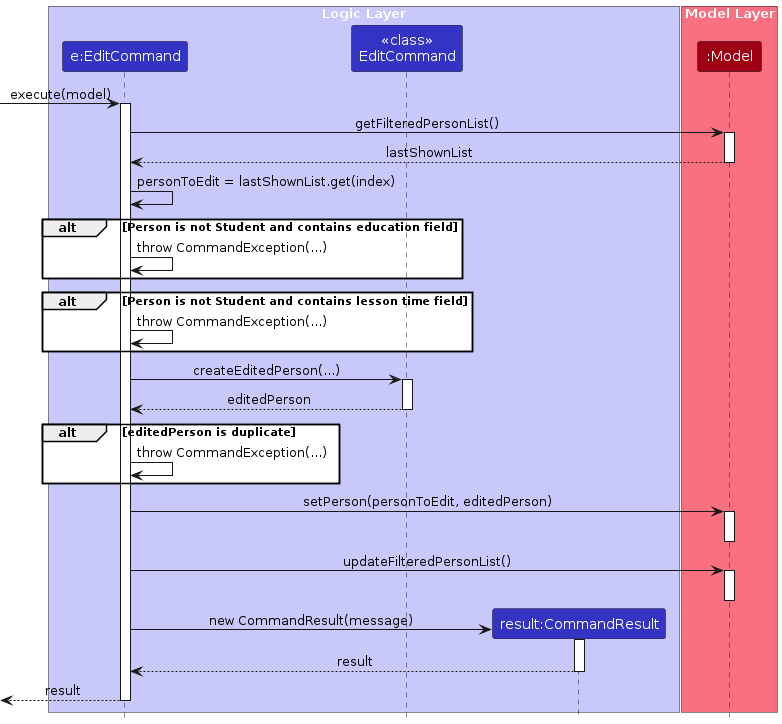
AY2425-CS2103T-T09-4/tp keeps this PlantUML diagram as diagrams/EditExecuteSequenceDiagram.png. Above is the earlier version. Its source is kept beside it as diagrams/EditExecuteSequenceDiagram.puml.
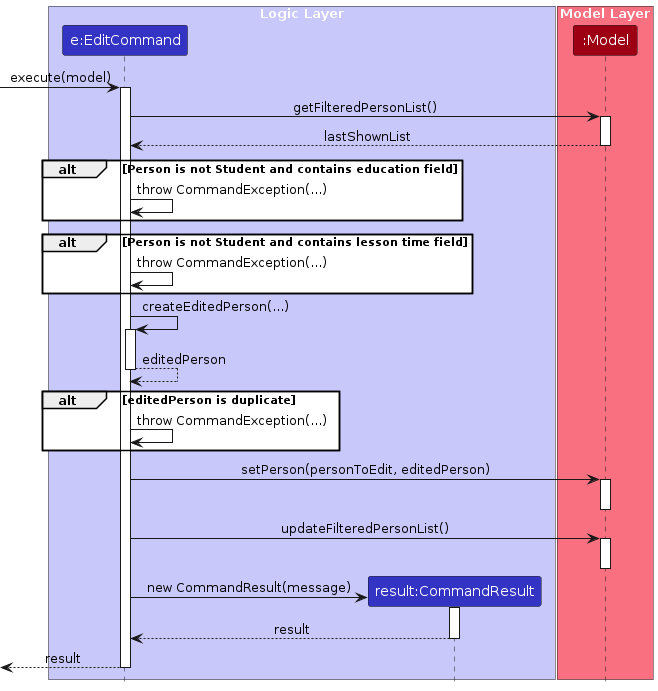
The same file after the commit.

Change to the diagram source:
```diff
@@ -4,7 +4,6 @@
 
 box "Logic Layer" LOGIC_COLOR_T1
     participant "e:EditCommand" as EditCommand LOGIC_COLOR
-    participant "<<class>>\nEditCommand" as EditCommandClass LOGIC_COLOR
     participant "result:CommandResult" as CommandResult LOGIC_COLOR
 end box
 
@@ -20,7 +19,6 @@
 Model --> EditCommand : lastShownList
 deactivate Model
 
-EditCommand -> EditCommand : personToEdit = lastShownList.get(index)
 
 alt Person is not Student and contains education field
     EditCommand -> EditCommand : throw CommandException(...)
@@ -30,10 +28,10 @@
     EditCommand -> EditCommand : throw CommandException(...)
 end
 
-EditCommand -> EditCommandClass : createEditedPerson(...)
-activate EditCommandClass
-EditCommandClass --> EditCommand : editedPerson
-deactivate EditCommandClass
+EditCommand -> EditCommand : createEditedPerson(...)
+activate EditCommand
+EditCommand --> EditCommand : editedPerson
+deactivate EditCommand
 
 alt editedPerson is duplicate
     EditCommand -> EditCommand : throw CommandException(...)
```
